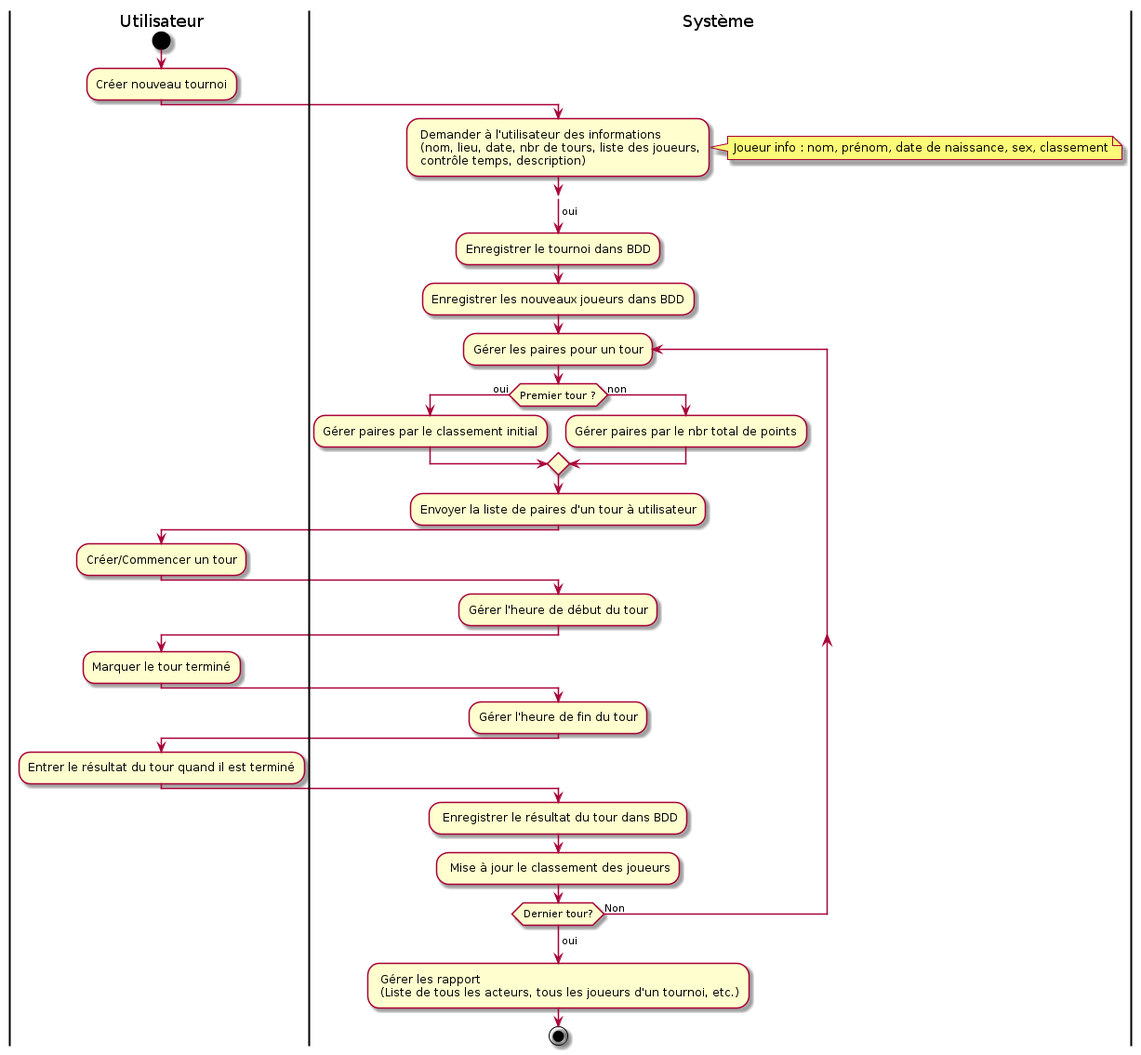
Before: activity_diagram_p4.png, a diagram exported from PlantUML (ThiHieuLUU/P4_diagram).
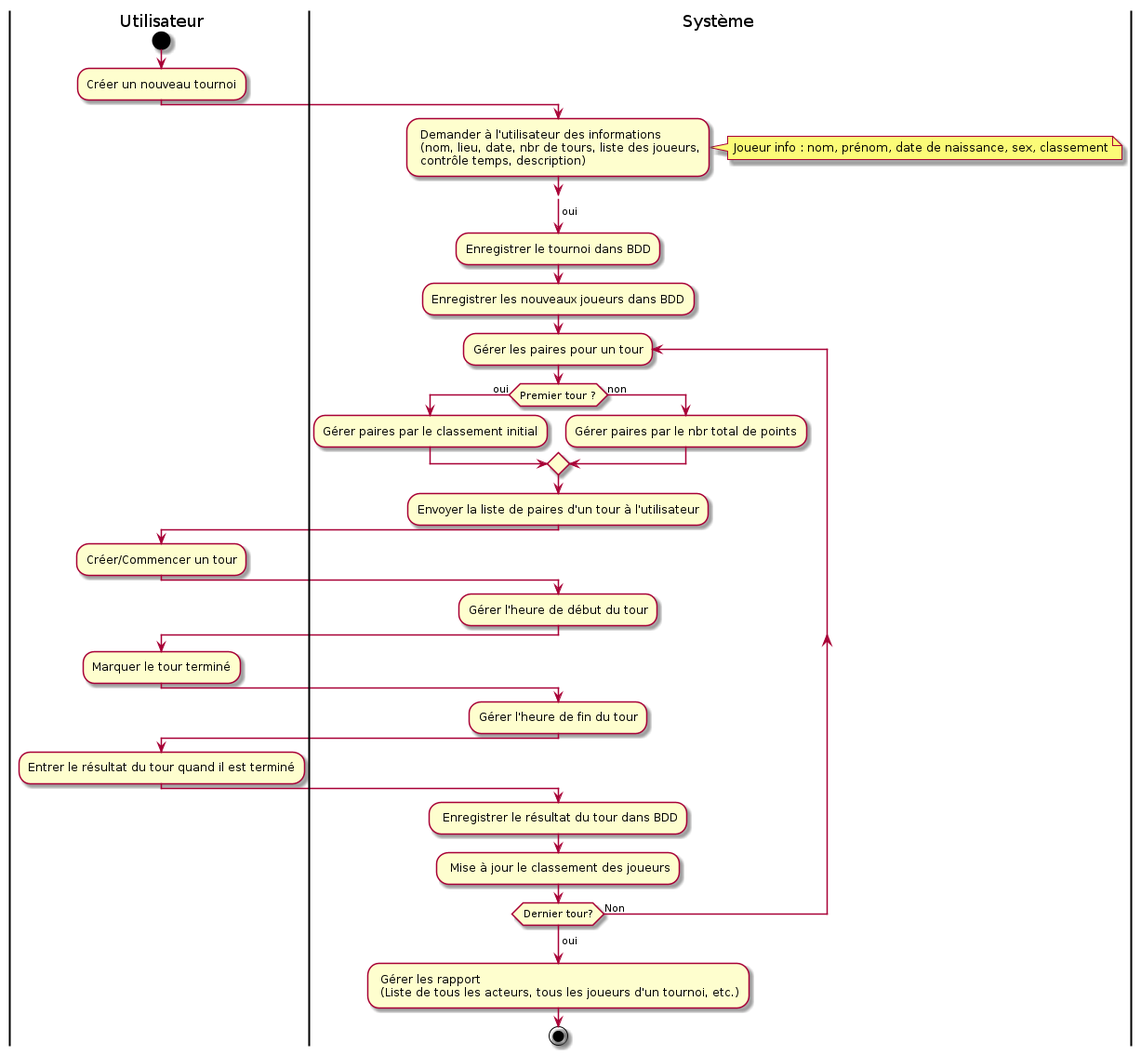
Later version of the same file.

Change to the diagram source:
```diff
@@ -1,7 +1,7 @@
 @startuml
 |Utilisateur|
 start
-:Créer nouveau tournoi;
+:Créer un nouveau tournoi;
 |Système|
 : Demander à l'utilisateur des informations \n (nom, lieu, date, nbr de tours, liste des joueurs,\n contrôle temps, description);
 
@@ -25,7 +25,7 @@
 :Gérer paires par le nbr total de points;
 endif
 
-:Envoyer la liste de paires d'un tour à utilisateur;
+:Envoyer la liste de paires d'un tour à l'utilisateur;
 |Utilisateur|
 :Créer/Commencer un tour;
 |Système|
```
